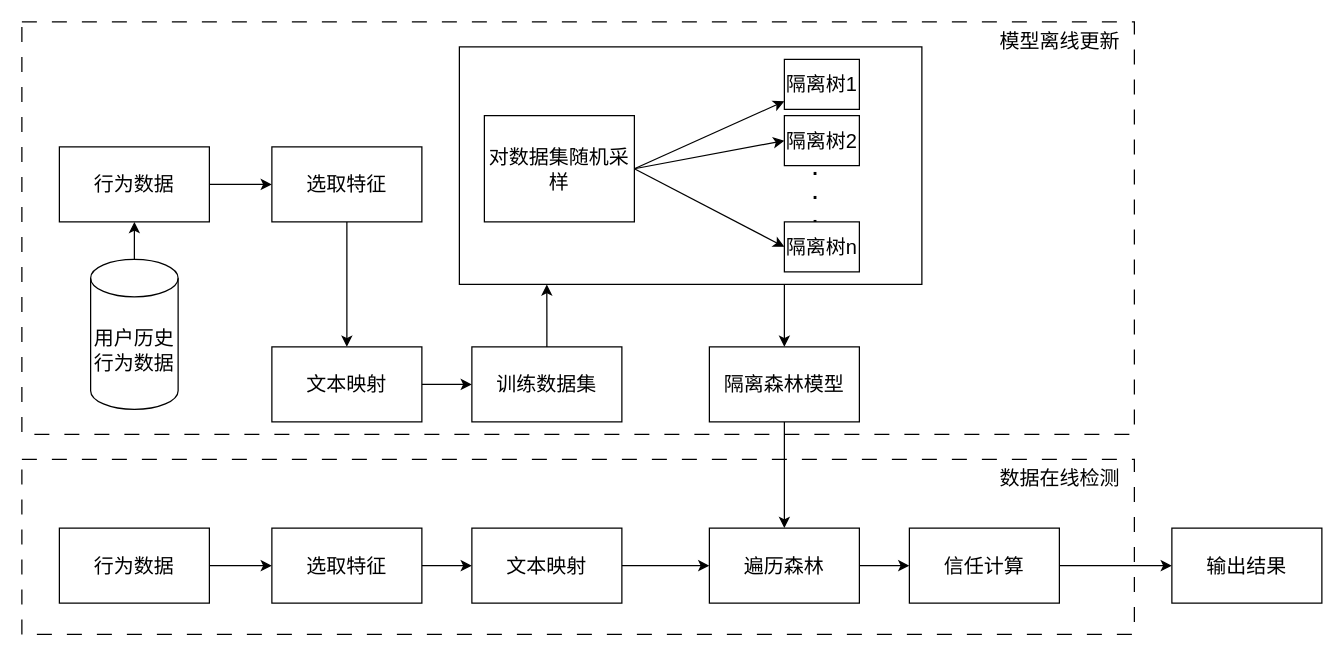
The draw.io diagram testDirectory/隔离森林动态更新方案.drawio in Moose1273/-, before the edit. Source tidied: cells renumbered, new cells numbered last; positions are measured from the earlier drawing's top-left corner, leaving out a move shared by most shapes. Both pictures are drawn from the tidied source at 125%, with x=0, y=0 at pixel (21, 21).
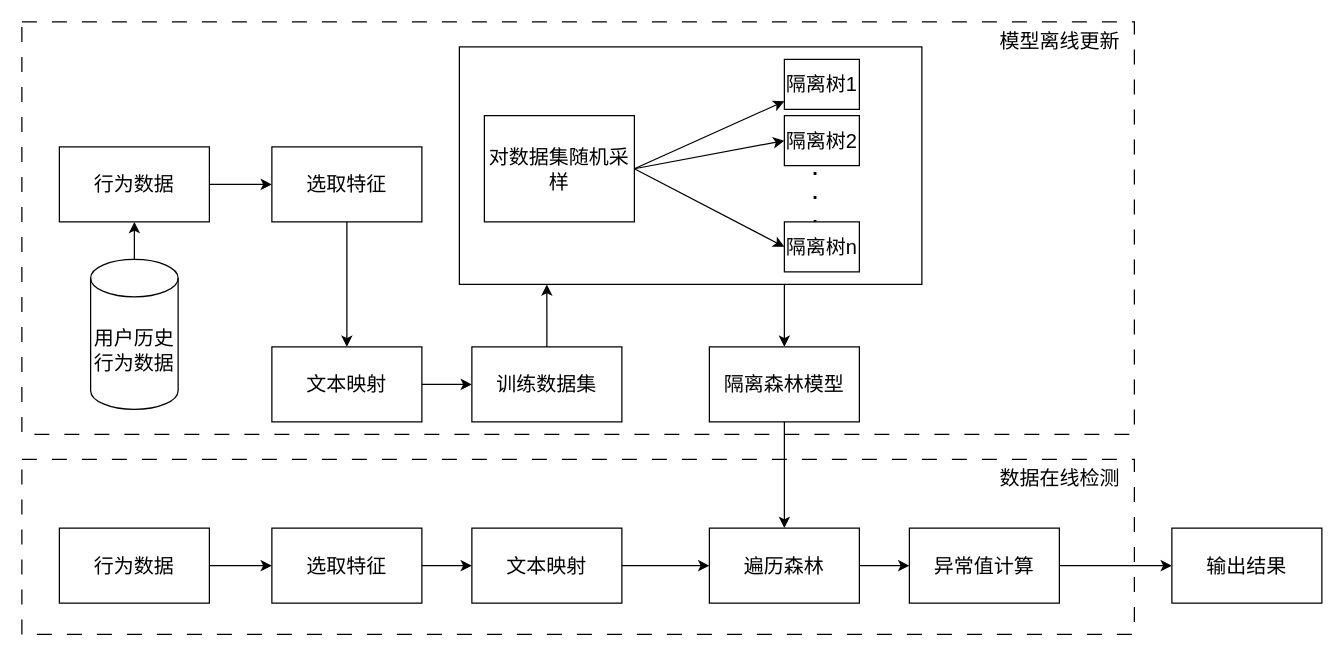
After the change.

Commit message:
更新隔离森林动态更新方案.drawio

Diff of the diagram source:
```diff
@@
-    <mxCell id="35" value="信任计算" style="whiteSpace=wrap;html=1;rounded=0;fontSize=16;" parent="1" vertex="1">
+    <mxCell id="35" value="异常值计算" style="whiteSpace=wrap;html=1;rounded=0;fontSize=16;" parent="1" vertex="1">
       <mxGeometry x="710" y="405" width="120" height="60" as="geometry" />
     </mxCell>
```
